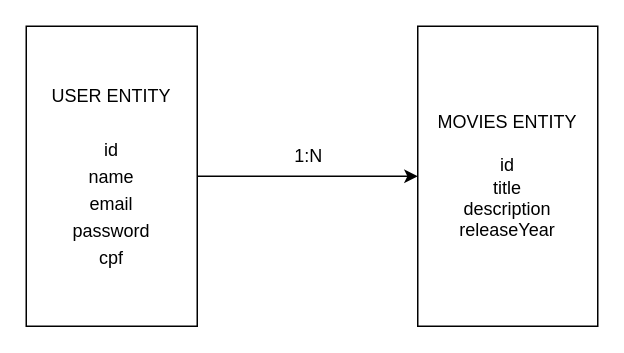
Before: project.drawio in raulmn00/teste-mks, a draw.io diagram. Source tidied: cells renumbered, new cells numbered last; positions are measured from the earlier drawing's top-left corner, leaving out a move shared by most shapes. Both pictures are drawn from the tidied source at 150%, with x=0, y=0 at pixel (26, 26).
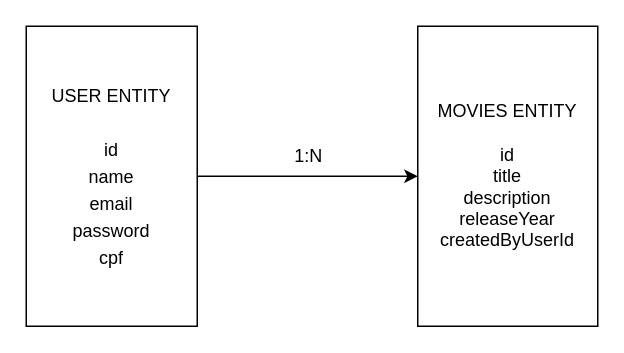
The same page after the edit.

Commit message (it also covers changes not shown here):
feat: implement movies entities and dtos and movies service

Change to the diagram source:
```diff
@@
 <mxGraphModel>
   <root>
     <mxCell id="0" />
     <mxCell id="1" parent="0" />
     <mxCell id="2" style="edgeStyle=none;html=1;entryX=0;entryY=0.5;entryDx=0;entryDy=0;" parent="1" edge="1" source="3" target="4">
       <mxGeometry relative="1" as="geometry" />
     </mxCell>
     <mxCell id="3" value="&lt;p style=&quot;line-height: 0.5&quot;&gt;USER ENTITY&lt;/p&gt;&lt;p style=&quot;line-height: 0.5&quot;&gt;&lt;br&gt;&lt;/p&gt;&lt;p style=&quot;line-height: 0.5&quot;&gt;id&lt;/p&gt;&lt;p style=&quot;line-height: 0.5&quot;&gt;name&lt;/p&gt;&lt;p style=&quot;line-height: 0.5&quot;&gt;email&lt;/p&gt;&lt;p style=&quot;line-height: 0.5&quot;&gt;password&lt;/p&gt;&lt;p style=&quot;line-height: 0.5&quot;&gt;cpf&lt;/p&gt;" style="rounded=0;whiteSpace=wrap;html=1;align=center;" parent="1" vertex="1">
       <mxGeometry width="114" height="200" as="geometry" />
     </mxCell>
-    <mxCell id="4" value="MOVIES ENTITY&lt;br&gt;&lt;br&gt;id&lt;br&gt;title&lt;br&gt;description&lt;br&gt;releaseYear" style="whiteSpace=wrap;html=1;" parent="1" vertex="1">
+    <mxCell id="4" value="MOVIES ENTITY&lt;br&gt;&lt;br&gt;id&lt;br&gt;title&lt;br&gt;description&lt;br&gt;releaseYear&lt;br&gt;createdByUserId&lt;br&gt;" style="whiteSpace=wrap;html=1;" parent="1" vertex="1">
       <mxGeometry x="261" width="120" height="200" as="geometry" />
     </mxCell>
     <mxCell id="5" value="1:N" style="text;html=1;align=center;verticalAlign=middle;strokeColor=none;fillColor=none;" parent="1" vertex="1">
       <mxGeometry x="173" y="78" width="29" height="18" as="geometry" />
     </mxCell>
   </root>
 </mxGraphModel>
```
